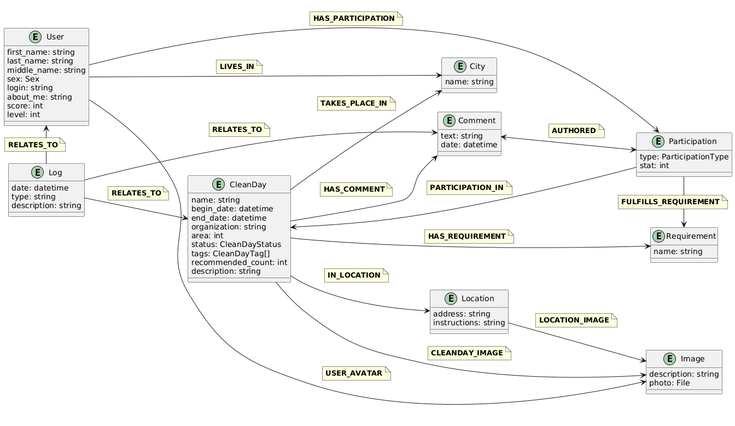
moevm/nosql1h25-cleanday keeps this PlantUML diagram as db_model/graph.png. Above is the earlier version. Its source is kept beside it as db_model/graph.puml.
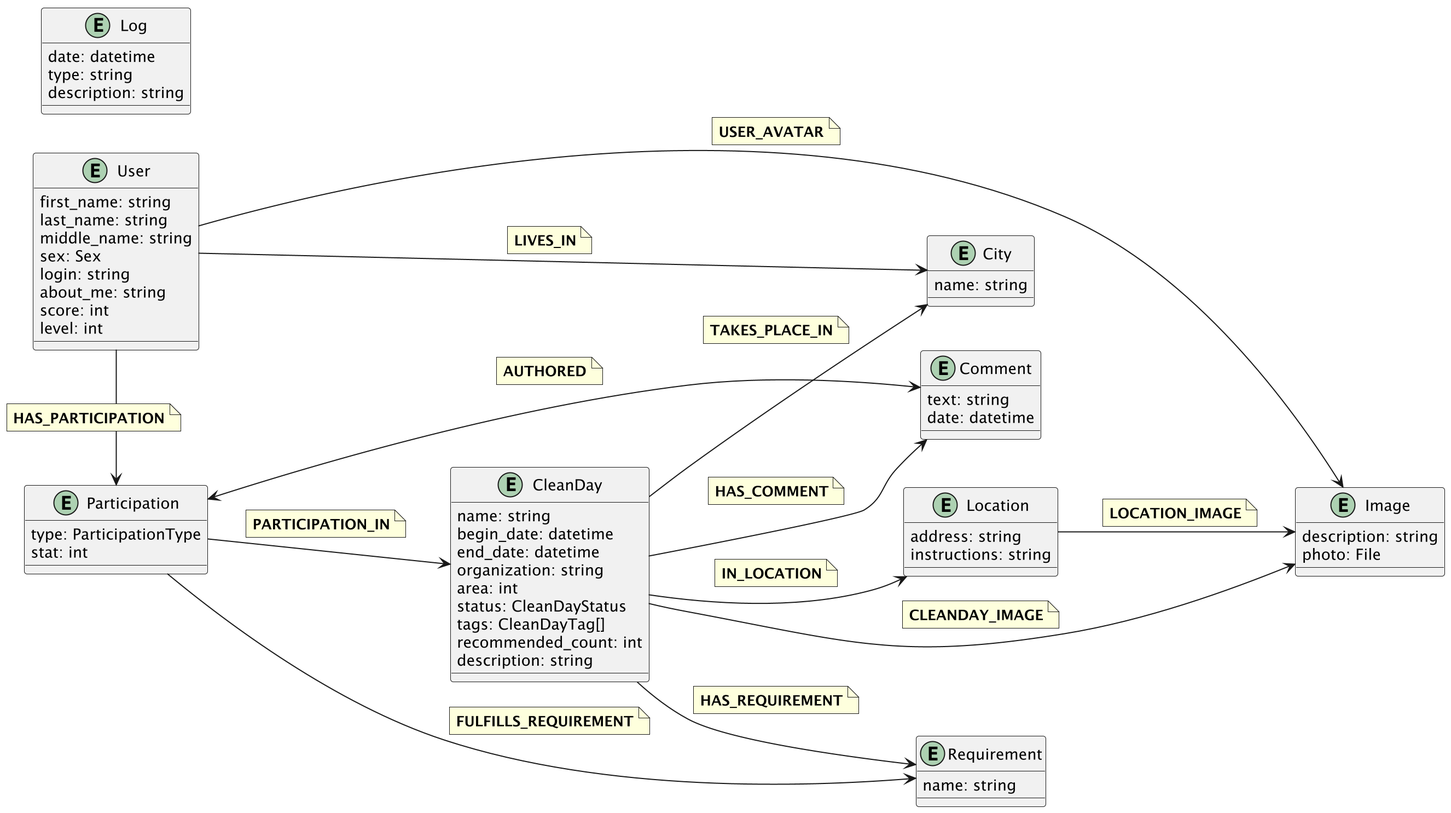
After the commit.

Change to the diagram source:
```diff
@@ -69,21 +69,6 @@
 <b>AUTHORED</b>
 end note
 
-log --l> user
-note on link
-<b>RELATES_TO</b>
-end note
-
-log --> cl_day
-note on link
-<b>RELATES_TO</b>
-end note
-
-log --> comm
-note on link
-<b>RELATES_TO</b>
-end note
-
 cl_day --> rq
 note on link
 <b>HAS_REQUIREMENT</b>
@@ -99,7 +84,7 @@
 <b>LIVES_IN</b>
 end note
 
-user --> pr
+user -> pr
 note on link
 <b>HAS_PARTICIPATION</b>
 end note
```
